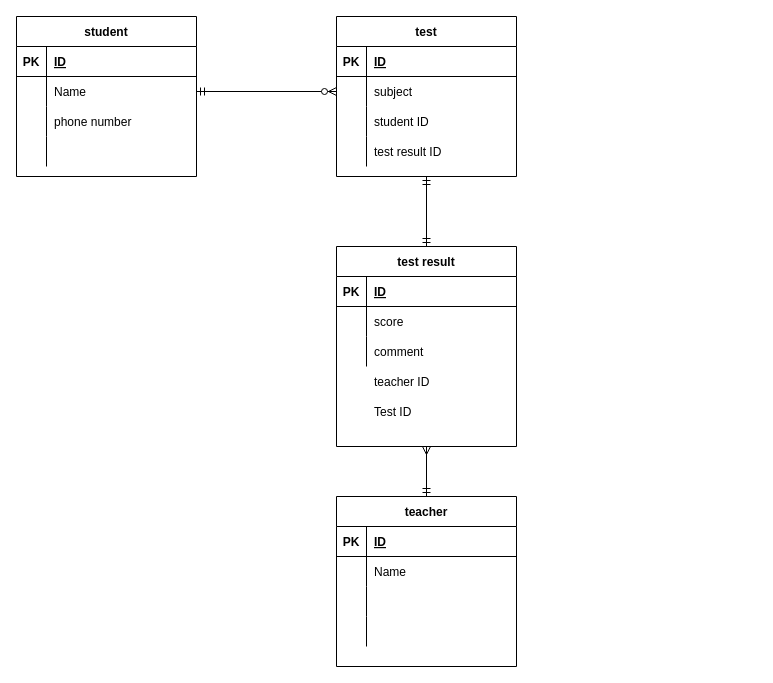
This is 20210610Ishida.drawio from masaki11051/dwawio-exam, a draw.io file, before an edit. Source tidied: cells renumbered, new cells numbered last; positions are measured from the earlier drawing's top-left corner, leaving out a move shared by most shapes. Both pictures are drawn from the tidied source at 100%, with x=0, y=0 at pixel (16, 16).
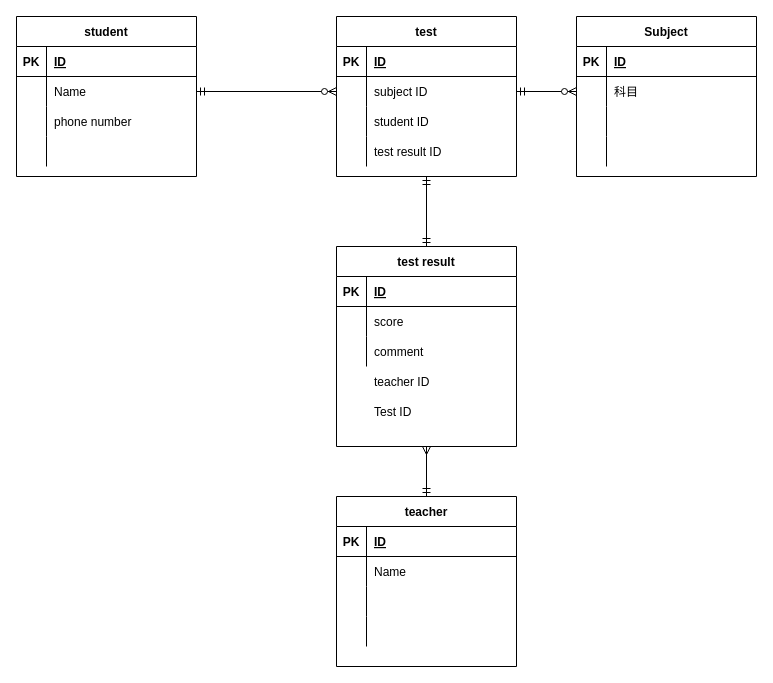
The same page after the edit.

The change refers to these unchanged cells:
```xml
<mxCell id="19" style="shape=partialRectangle;fillColor=none;top=0;left=0;bottom=0;right=0;points=[[0,0.5],[1,0.5]];portConstraint=eastwest;" parent="15" vertex="1">
  <mxGeometry y="60" width="180" height="30" as="geometry" />
</mxCell>
```

Change to the diagram source:
```diff
@@
-    <mxCell id="21" value="subject" style="shape=partialRectangle;fillColor=none;top=0;left=0;bottom=0;right=0;align=left;spacingLeft=6;overflow=hidden;" parent="19" vertex="1">
+    <mxCell id="21" value="subject ID" style="shape=partialRectangle;fillColor=none;top=0;left=0;bottom=0;right=0;align=left;spacingLeft=6;overflow=hidden;" parent="19" vertex="1">
       <mxGeometry x="30" width="150" height="30" as="geometry" />
     </mxCell>
@@
+    <mxCell id="57" value="Subject" style="shape=table;startSize=30;childLayout=tableLayout;rowLines=0;fontStyle=1;align=center;" parent="1" vertex="1">
+      <mxGeometry x="560" width="180" height="160" as="geometry" />
+    </mxCell>
+    <mxCell id="58" style="shape=partialRectangle;fillColor=none;top=0;left=0;bottom=1;right=0;" parent="57" vertex="1">
+      <mxGeometry y="30" width="180" height="30" as="geometry" />
+    </mxCell>
+    <mxCell id="59" value="PK" style="shape=partialRectangle;fillColor=none;top=0;left=0;bottom=0;right=0;fontStyle=1;overflow=hidden;" parent="58" vertex="1">
+      <mxGeometry width="30" height="30" as="geometry" />
+    </mxCell>
+    <mxCell id="60" value="ID" style="shape=partialRectangle;fillColor=none;top=0;left=0;bottom=0;right=0;align=left;spacingLeft=6;fontStyle=5;overflow=hidden;" parent="58" vertex="1">
+      <mxGeometry x="30" width="150" height="30" as="geometry" />
+    </mxCell>
+    <mxCell id="61" style="shape=partialRectangle;fillColor=none;top=0;left=0;bottom=0;right=0;points=[[0,0.5],[1,0.5]];portConstraint=eastwest;" parent="57" vertex="1">
+      <mxGeometry y="60" width="180" height="30" as="geometry" />
+    </mxCell>
+    <mxCell id="62" style="shape=partialRectangle;fillColor=none;top=0;left=0;bottom=0;right=0;overflow=hidden;" parent="61" vertex="1">
+      <mxGeometry width="30" height="30" as="geometry" />
+    </mxCell>
+    <mxCell id="63" value="科目" style="shape=partialRectangle;fillColor=none;top=0;left=0;bottom=0;right=0;align=left;spacingLeft=6;overflow=hidden;" parent="61" vertex="1">
+      <mxGeometry x="30" width="150" height="30" as="geometry" />
+    </mxCell>
+    <mxCell id="64" style="shape=partialRectangle;fillColor=none;top=0;left=0;bottom=0;right=0;" parent="57" vertex="1">
+      <mxGeometry y="90" width="180" height="30" as="geometry" />
+    </mxCell>
+    <mxCell id="65" style="shape=partialRectangle;fillColor=none;top=0;left=0;bottom=0;right=0;overflow=hidden;" parent="64" vertex="1">
+      <mxGeometry width="30" height="30" as="geometry" />
+    </mxCell>
+    <mxCell id="66" style="shape=partialRectangle;fillColor=none;top=0;left=0;bottom=0;right=0;align=left;spacingLeft=6;overflow=hidden;" parent="64" vertex="1">
+      <mxGeometry x="30" width="150" height="30" as="geometry" />
+    </mxCell>
+    <mxCell id="67" style="shape=partialRectangle;fillColor=none;top=0;left=0;bottom=0;right=0;" parent="57" vertex="1">
+      <mxGeometry y="120" width="180" height="30" as="geometry" />
+    </mxCell>
+    <mxCell id="68" style="shape=partialRectangle;fillColor=none;top=0;left=0;bottom=0;right=0;overflow=hidden;" parent="67" vertex="1">
+      <mxGeometry width="30" height="30" as="geometry" />
+    </mxCell>
+    <mxCell id="69" style="shape=partialRectangle;fillColor=none;top=0;left=0;bottom=0;right=0;align=left;spacingLeft=6;overflow=hidden;" parent="67" vertex="1">
+      <mxGeometry x="30" width="150" height="30" as="geometry" />
+    </mxCell>
+    <mxCell id="70" style="fontSize=12;html=1;endArrow=ERzeroToMany;endFill=1;startArrow=ERmandOne;startFill=0;exitX=1;exitY=0.5;exitDx=0;exitDy=0;entryX=0;entryY=0.5;entryDx=0;entryDy=0;" parent="1" edge="1" source="19" target="61">
+      <mxGeometry relative="1" as="geometry" />
+    </mxCell>
```
